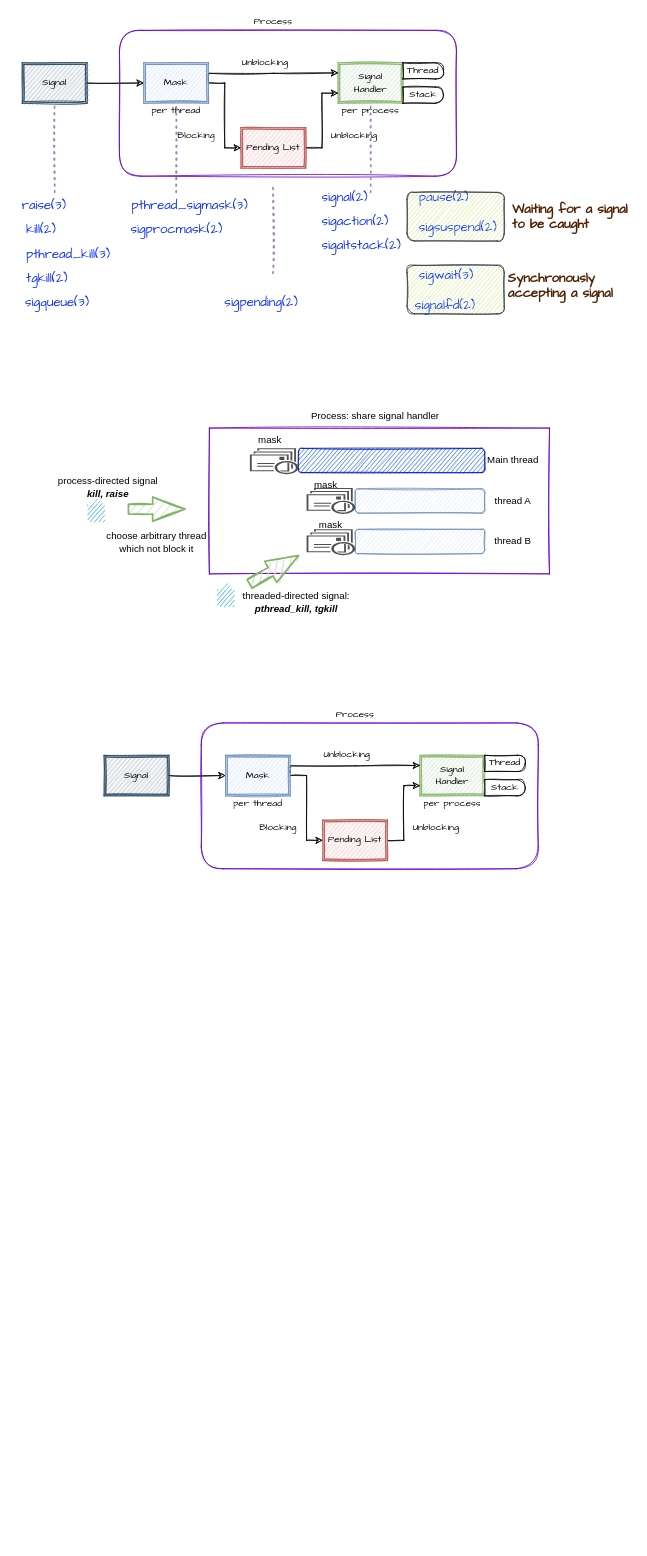
The draw.io diagram Untitled Diagram.drawio in pzhp/Notebook, before the edit. Source tidied: cells renumbered, new cells numbered last; positions are measured from the earlier drawing's top-left corner, leaving out a move shared by most shapes. Both pictures are drawn from the tidied source at 81%, with x=0, y=0 at pixel (14, 14).
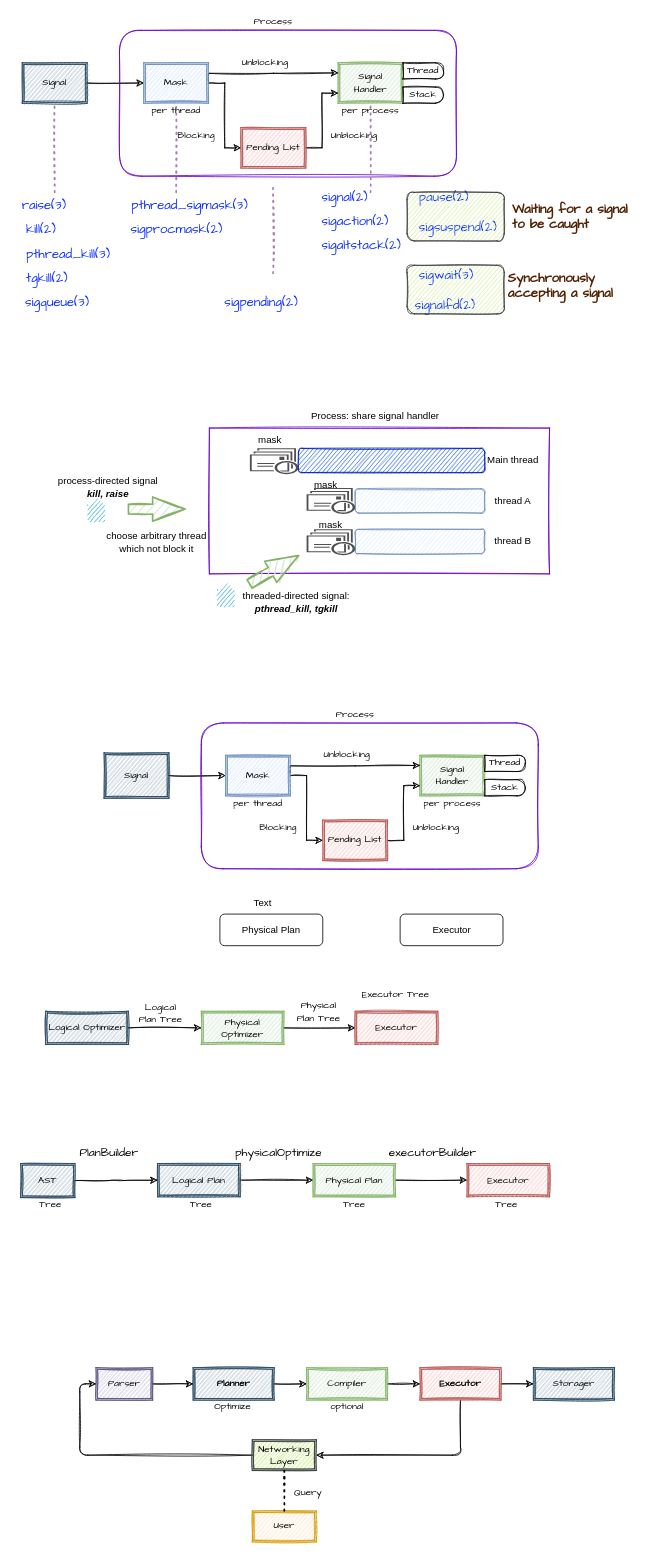
Above is the later version.

What changed in the source:
```diff
@@
     <mxCell id="65" value="&lt;font&gt;Signal&lt;/font&gt;" style="shape=ext;double=1;rounded=0;whiteSpace=wrap;html=1;glass=0;sketch=1;fontFamily=Comic Sans MS;fillColor=#bac8d3;strokeColor=#23445d;" parent="1" vertex="1">
-      <mxGeometry x="111" y="915" width="80" height="50" as="geometry" />
+      <mxGeometry x="111" y="912" width="80" height="56" as="geometry" />
     </mxCell>
@@
+    <mxCell id="81" value="Physical Plan" style="rounded=1;whiteSpace=wrap;html=1;" parent="1" vertex="1">
+      <mxGeometry x="254" y="1111" width="127" height="39" as="geometry" />
+    </mxCell>
+    <mxCell id="82" value="Executor" style="rounded=1;whiteSpace=wrap;html=1;" parent="1" vertex="1">
+      <mxGeometry x="476.5" y="1111" width="127" height="39" as="geometry" />
+    </mxCell>
+    <mxCell id="83" style="edgeStyle=orthogonalEdgeStyle;rounded=1;jettySize=auto;html=1;entryX=0;entryY=0.5;entryDx=0;entryDy=0;sketch=1;" parent="1" edge="1" source="84" target="86">
+      <mxGeometry relative="1" as="geometry" />
+    </mxCell>
+    <mxCell id="84" value="Logical Optimizer" style="shape=ext;double=1;rounded=0;whiteSpace=wrap;html=1;glass=0;sketch=1;fontFamily=Comic Sans MS;fillColor=#bac8d3;strokeColor=#23445d;" parent="1" vertex="1">
+      <mxGeometry x="39" y="1231" width="102" height="41" as="geometry" />
+    </mxCell>
+    <mxCell id="85" style="edgeStyle=orthogonalEdgeStyle;rounded=0;jettySize=auto;html=1;exitX=1;exitY=0.5;exitDx=0;exitDy=0;entryX=0;entryY=0.5;entryDx=0;entryDy=0;sketch=1;" parent="1" edge="1" source="86" target="87">
+      <mxGeometry relative="1" as="geometry" />
+    </mxCell>
+    <mxCell id="86" value="Physical Optimizer" style="shape=ext;double=1;rounded=0;whiteSpace=wrap;html=1;glass=0;sketch=1;fontFamily=Comic Sans MS;fillColor=#d5e8d4;strokeColor=#82b366;" parent="1" vertex="1">
+      <mxGeometry x="231" y="1231" width="102" height="41" as="geometry" />
+    </mxCell>
+    <mxCell id="87" value="Executor" style="shape=ext;double=1;rounded=0;whiteSpace=wrap;html=1;glass=0;sketch=1;fontFamily=Comic Sans MS;fillColor=#f8cecc;strokeColor=#b85450;" parent="1" vertex="1">
+      <mxGeometry x="421" y="1231" width="102" height="41" as="geometry" />
+    </mxCell>
+    <mxCell id="88" value="Text" style="text;html=1;strokeColor=none;fillColor=none;align=center;verticalAlign=middle;whiteSpace=wrap;rounded=0;fillStyle=hatch;" parent="1" vertex="1">
+      <mxGeometry x="277" y="1082" width="60" height="30" as="geometry" />
+    </mxCell>
+    <mxCell id="89" value="Logical Plan Tree" style="text;html=1;strokeColor=none;fillColor=none;align=center;verticalAlign=middle;whiteSpace=wrap;rounded=0;fillStyle=hatch;fontFamily=Comic Sans MS;" parent="1" vertex="1">
+      <mxGeometry x="151" y="1219" width="60" height="30" as="geometry" />
+    </mxCell>
+    <mxCell id="90" value="Physical&lt;br&gt;Plan Tree" style="text;html=1;strokeColor=none;fillColor=none;align=center;verticalAlign=middle;whiteSpace=wrap;rounded=0;fillStyle=hatch;fontFamily=Comic Sans MS;" parent="1" vertex="1">
+      <mxGeometry x="346" y="1217" width="60" height="30" as="geometry" />
+    </mxCell>
+    <mxCell id="91" style="edgeStyle=orthogonalEdgeStyle;rounded=1;jettySize=auto;html=1;entryX=0;entryY=0.5;entryDx=0;entryDy=0;sketch=1;" parent="1" edge="1" source="92" target="94">
+      <mxGeometry relative="1" as="geometry" />
+    </mxCell>
+    <mxCell id="92" value="Logical Plan" style="shape=ext;double=1;rounded=0;whiteSpace=wrap;html=1;glass=0;sketch=1;fontFamily=Comic Sans MS;fillColor=#bac8d3;strokeColor=#23445d;" parent="1" vertex="1">
+      <mxGeometry x="177" y="1419" width="102" height="41" as="geometry" />
+    </mxCell>
+    <mxCell id="93" style="edgeStyle=orthogonalEdgeStyle;rounded=0;jettySize=auto;html=1;exitX=1;exitY=0.5;exitDx=0;exitDy=0;entryX=0;entryY=0.5;entryDx=0;entryDy=0;sketch=1;" parent="1" edge="1" source="94" target="95">
+      <mxGeometry relative="1" as="geometry" />
+    </mxCell>
+    <mxCell id="94" value="Physical Plan" style="shape=ext;double=1;rounded=0;whiteSpace=wrap;html=1;glass=0;sketch=1;fontFamily=Comic Sans MS;fillColor=#d5e8d4;strokeColor=#82b366;" parent="1" vertex="1">
+      <mxGeometry x="369" y="1419" width="102" height="41" as="geometry" />
+    </mxCell>
+    <mxCell id="95" value="Executor" style="shape=ext;double=1;rounded=0;whiteSpace=wrap;html=1;glass=0;sketch=1;fontFamily=Comic Sans MS;fillColor=#f8cecc;strokeColor=#b85450;" parent="1" vertex="1">
+      <mxGeometry x="559" y="1419" width="102" height="41" as="geometry" />
+    </mxCell>
+    <mxCell id="96" style="edgeStyle=orthogonalEdgeStyle;rounded=1;sketch=1;jettySize=auto;html=1;exitX=1;exitY=0.5;exitDx=0;exitDy=0;entryX=0;entryY=0.5;entryDx=0;entryDy=0;fontFamily=Comic Sans MS;" parent="1" edge="1" source="97" target="92">
+      <mxGeometry relative="1" as="geometry" />
+    </mxCell>
+    <mxCell id="97" value="AST" style="shape=ext;double=1;rounded=0;whiteSpace=wrap;html=1;glass=0;sketch=1;fontFamily=Comic Sans MS;fillColor=#bac8d3;strokeColor=#23445d;" parent="1" vertex="1">
+      <mxGeometry x="8" y="1419" width="67" height="42" as="geometry" />
+    </mxCell>
+    <mxCell id="98" value="&lt;p style=&quot;margin: 0in; font-size: 11pt;&quot;&gt;executorBuilder&lt;/p&gt;" style="text;whiteSpace=wrap;html=1;fontFamily=Comic Sans MS;verticalAlign=middle;" parent="1" vertex="1">
+      <mxGeometry x="461" y="1386" width="122" height="40" as="geometry" />
+    </mxCell>
+    <mxCell id="99" value="&lt;p style=&quot;margin: 0in; font-size: 11pt;&quot;&gt;PlanBuilder&lt;/p&gt;" style="text;whiteSpace=wrap;html=1;fontFamily=Comic Sans MS;verticalAlign=middle;" parent="1" vertex="1">
+      <mxGeometry x="79" y="1386" width="96" height="40" as="geometry" />
+    </mxCell>
+    <mxCell id="100" value="&lt;p style=&quot;margin: 0in; font-size: 11pt;&quot;&gt;physicalOptimize&lt;/p&gt;" style="text;whiteSpace=wrap;html=1;fontFamily=Comic Sans MS;verticalAlign=middle;" parent="1" vertex="1">
+      <mxGeometry x="271" y="1386" width="129" height="40" as="geometry" />
+    </mxCell>
+    <mxCell id="101" style="edgeStyle=orthogonalEdgeStyle;rounded=1;jettySize=auto;html=1;entryX=0;entryY=0.5;entryDx=0;entryDy=0;sketch=1;" parent="1" edge="1" source="102" target="104">
+      <mxGeometry relative="1" as="geometry" />
+    </mxCell>
+    <mxCell id="102" value="&lt;b&gt;Planner&lt;/b&gt;" style="shape=ext;double=1;rounded=0;whiteSpace=wrap;html=1;glass=0;sketch=1;fontFamily=Comic Sans MS;fillColor=#bac8d3;strokeColor=#23445d;" parent="1" vertex="1">
+      <mxGeometry x="221" y="1671" width="100" height="40" as="geometry" />
+    </mxCell>
+    <mxCell id="103" style="edgeStyle=orthogonalEdgeStyle;rounded=0;jettySize=auto;html=1;exitX=1;exitY=0.5;exitDx=0;exitDy=0;entryX=0;entryY=0.5;entryDx=0;entryDy=0;sketch=1;" parent="1" edge="1" source="104" target="107">
+      <mxGeometry relative="1" as="geometry" />
+    </mxCell>
+    <mxCell id="104" value="Compiler" style="shape=ext;double=1;rounded=0;whiteSpace=wrap;html=1;glass=0;sketch=1;fontFamily=Comic Sans MS;fillColor=#d5e8d4;strokeColor=#82b366;" parent="1" vertex="1">
+      <mxGeometry x="361" y="1671" width="100" height="40" as="geometry" />
+    </mxCell>
+    <mxCell id="105" style="edgeStyle=orthogonalEdgeStyle;rounded=1;sketch=1;jettySize=auto;html=1;entryX=1;entryY=0.5;entryDx=0;entryDy=0;fontFamily=Comic Sans MS;exitX=0.5;exitY=1;exitDx=0;exitDy=0;" parent="1" edge="1" source="107" target="112">
+      <mxGeometry relative="1" as="geometry" />
+    </mxCell>
+    <mxCell id="106" style="edgeStyle=orthogonalEdgeStyle;rounded=1;sketch=1;jettySize=auto;html=1;fontFamily=Comic Sans MS;" parent="1" edge="1" source="107" target="110">
+      <mxGeometry relative="1" as="geometry" />
+    </mxCell>
+    <mxCell id="107" value="&lt;b&gt;Executor&lt;/b&gt;" style="shape=ext;double=1;rounded=0;whiteSpace=wrap;html=1;glass=0;sketch=1;fontFamily=Comic Sans MS;fillColor=#f8cecc;strokeColor=#b85450;" parent="1" vertex="1">
+      <mxGeometry x="501" y="1671" width="100" height="40" as="geometry" />
+    </mxCell>
+    <mxCell id="108" style="edgeStyle=orthogonalEdgeStyle;rounded=1;sketch=1;jettySize=auto;html=1;exitX=1;exitY=0.5;exitDx=0;exitDy=0;entryX=0;entryY=0.5;entryDx=0;entryDy=0;fontFamily=Comic Sans MS;" parent="1" edge="1" source="109" target="102">
+      <mxGeometry relative="1" as="geometry" />
+    </mxCell>
+    <mxCell id="109" value="Parser" style="shape=ext;double=1;rounded=0;whiteSpace=wrap;html=1;glass=0;sketch=1;fontFamily=Comic Sans MS;fillColor=#d0cee2;strokeColor=#56517e;" parent="1" vertex="1">
+      <mxGeometry x="101" y="1671" width="70" height="40" as="geometry" />
+    </mxCell>
+    <mxCell id="110" value="Storager" style="shape=ext;double=1;rounded=0;whiteSpace=wrap;html=1;glass=0;sketch=1;fontFamily=Comic Sans MS;fillColor=#bac8d3;strokeColor=#23445d;" parent="1" vertex="1">
+      <mxGeometry x="641" y="1671" width="100" height="40" as="geometry" />
+    </mxCell>
+    <mxCell id="111" style="edgeStyle=orthogonalEdgeStyle;rounded=1;sketch=1;jettySize=auto;html=1;entryX=0;entryY=0.5;entryDx=0;entryDy=0;fontFamily=Comic Sans MS;" parent="1" edge="1" source="112" target="109">
+      <mxGeometry relative="1" as="geometry" />
+    </mxCell>
+    <mxCell id="112" value="Networking Layer" style="shape=ext;double=1;rounded=0;whiteSpace=wrap;html=1;glass=0;sketch=1;fontFamily=Comic Sans MS;fillColor=#cdeb8b;strokeColor=#36393d;" parent="1" vertex="1">
+      <mxGeometry x="294" y="1760" width="79" height="38" as="geometry" />
+    </mxCell>
+    <mxCell id="113" value="User" style="shape=ext;double=1;rounded=0;whiteSpace=wrap;html=1;glass=0;sketch=1;fontFamily=Comic Sans MS;fillColor=#ffe6cc;strokeColor=#d79b00;" parent="1" vertex="1">
+      <mxGeometry x="294" y="1848" width="79" height="38" as="geometry" />
+    </mxCell>
+    <mxCell id="114" style="endArrow=none;dashed=1;html=1;dashPattern=1 3;strokeWidth=2;rounded=1;sketch=1;fontFamily=Comic Sans MS;entryX=0.5;entryY=1;entryDx=0;entryDy=0;exitX=0.5;exitY=0;exitDx=0;exitDy=0;" parent="1" edge="1" source="113" target="112">
+      <mxGeometry relative="1" as="geometry" />
+    </mxCell>
+    <mxCell id="115" value="Query" style="text;html=1;strokeColor=none;fillColor=none;align=center;verticalAlign=middle;whiteSpace=wrap;rounded=0;fillStyle=hatch;fontFamily=Comic Sans MS;" parent="1" vertex="1">
+      <mxGeometry x="333" y="1811" width="60" height="30" as="geometry" />
+    </mxCell>
+    <mxCell id="116" value="optional" style="text;html=1;strokeColor=none;fillColor=none;align=center;verticalAlign=middle;whiteSpace=wrap;rounded=0;fillStyle=hatch;fontFamily=Comic Sans MS;" parent="1" vertex="1">
+      <mxGeometry x="381" y="1705" width="60" height="30" as="geometry" />
+    </mxCell>
+    <mxCell id="117" value="Optimize" style="text;html=1;strokeColor=none;fillColor=none;align=center;verticalAlign=middle;whiteSpace=wrap;rounded=0;fillStyle=hatch;fontFamily=Comic Sans MS;" parent="1" vertex="1">
+      <mxGeometry x="240" y="1705" width="60" height="30" as="geometry" />
+    </mxCell>
+    <mxCell id="118" value="Executor Tree" style="text;html=1;strokeColor=none;fillColor=none;align=center;verticalAlign=middle;whiteSpace=wrap;rounded=0;fillStyle=hatch;fontFamily=Comic Sans MS;" parent="1" vertex="1">
+      <mxGeometry x="426" y="1196" width="90" height="30" as="geometry" />
+    </mxCell>
+    <mxCell id="119" value="Tree" style="text;html=1;strokeColor=none;fillColor=none;align=center;verticalAlign=middle;whiteSpace=wrap;rounded=0;fillStyle=hatch;fontFamily=Comic Sans MS;" parent="1" vertex="1">
+      <mxGeometry x="201" y="1455" width="60" height="30" as="geometry" />
+    </mxCell>
+    <mxCell id="120" value="Tree" style="text;html=1;strokeColor=none;fillColor=none;align=center;verticalAlign=middle;whiteSpace=wrap;rounded=0;fillStyle=hatch;fontFamily=Comic Sans MS;" parent="1" vertex="1">
+      <mxGeometry x="390" y="1455" width="60" height="30" as="geometry" />
+    </mxCell>
+    <mxCell id="121" value="Tree" style="text;html=1;strokeColor=none;fillColor=none;align=center;verticalAlign=middle;whiteSpace=wrap;rounded=0;fillStyle=hatch;fontFamily=Comic Sans MS;" parent="1" vertex="1">
+      <mxGeometry x="15" y="1455" width="60" height="30" as="geometry" />
+    </mxCell>
+    <mxCell id="122" value="Tree" style="text;html=1;strokeColor=none;fillColor=none;align=center;verticalAlign=middle;whiteSpace=wrap;rounded=0;fillStyle=hatch;fontFamily=Comic Sans MS;" parent="1" vertex="1">
+      <mxGeometry x="578" y="1455" width="60" height="30" as="geometry" />
+    </mxCell>
```
